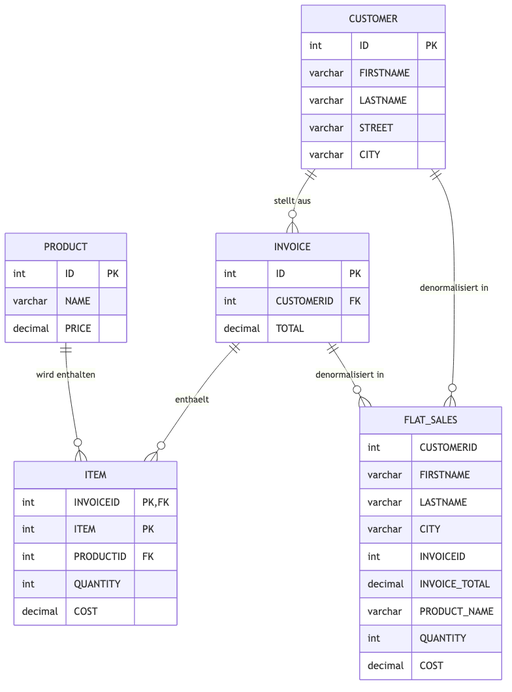
Before: docs/er_diagram/er_diagram.png, a diagram exported from Mermaid (IlyaBashlyaev/DatabaseBenchmark). Its source is kept beside it as docs/er_diagram/er_diagram.mmd.
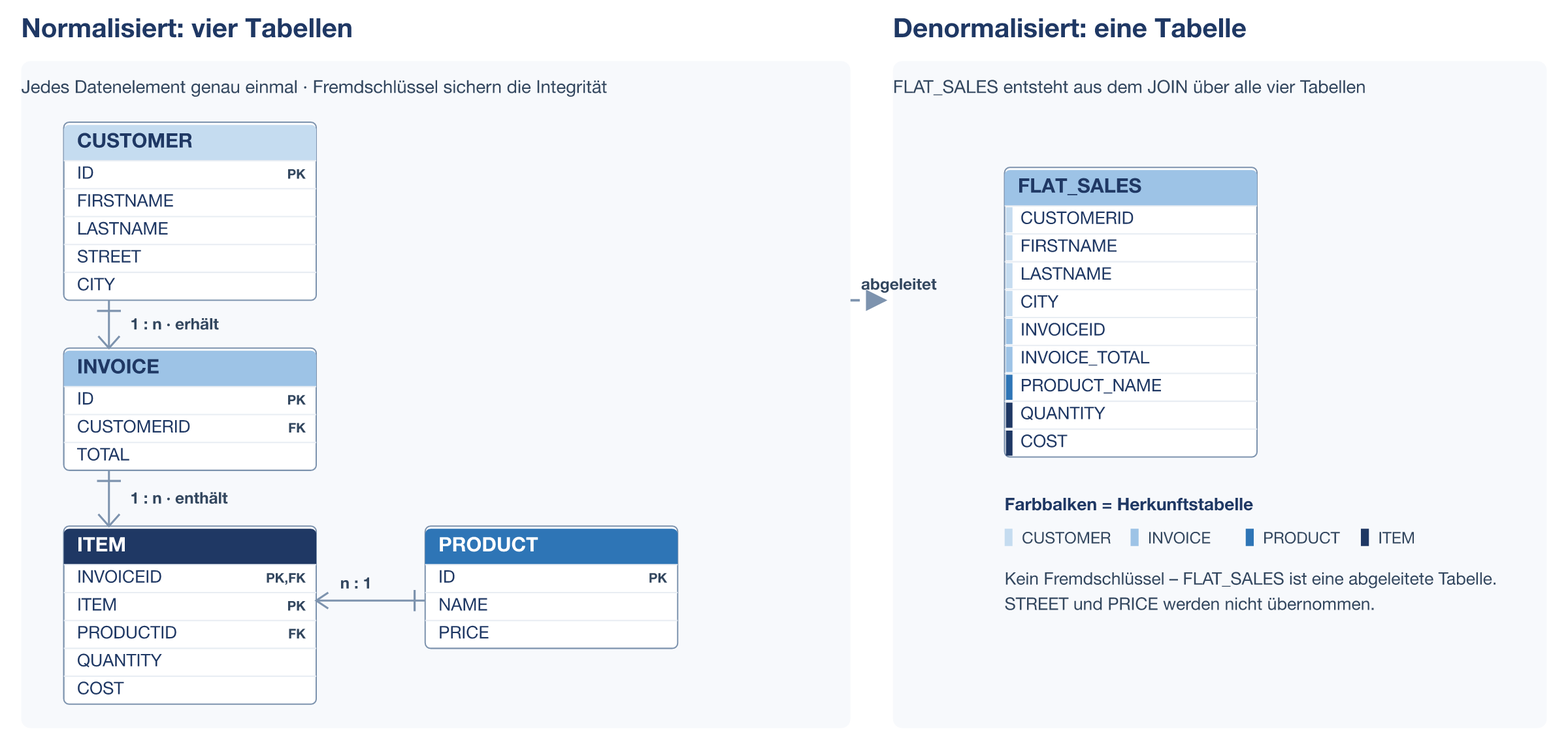
Above is the later version.

What changed in the source:
```diff
@@ -28,19 +28,17 @@
     }
 
     FLAT_SALES {
-        int CUSTOMERID
-        varchar FIRSTNAME
-        varchar LASTNAME
-        varchar CITY
-        int INVOICEID
-        decimal INVOICE_TOTAL
-        varchar PRODUCT_NAME
-        int QUANTITY
-        decimal COST
+        int CUSTOMERID "aus CUSTOMER"
+        varchar FIRSTNAME "aus CUSTOMER"
+        varchar LASTNAME "aus CUSTOMER"
+        varchar CITY "aus CUSTOMER"
+        int INVOICEID "aus INVOICE"
+        decimal INVOICE_TOTAL "aus INVOICE"
+        varchar PRODUCT_NAME "aus PRODUCT"
+        int QUANTITY "aus ITEM"
+        decimal COST "aus ITEM"
     }
 
-    CUSTOMER ||--o{ INVOICE : "stellt aus"
-    INVOICE ||--o{ ITEM : enthaelt
-    PRODUCT ||--o{ ITEM : "wird enthalten"
-    CUSTOMER ||--o{ FLAT_SALES : "denormalisiert in"
-    INVOICE ||--o{ FLAT_SALES : "denormalisiert in"
+    CUSTOMER ||--o{ INVOICE : "erhaelt"
+    INVOICE ||--o{ ITEM : "enthaelt"
+    PRODUCT ||--o{ ITEM : "wird bestellt in"
```
